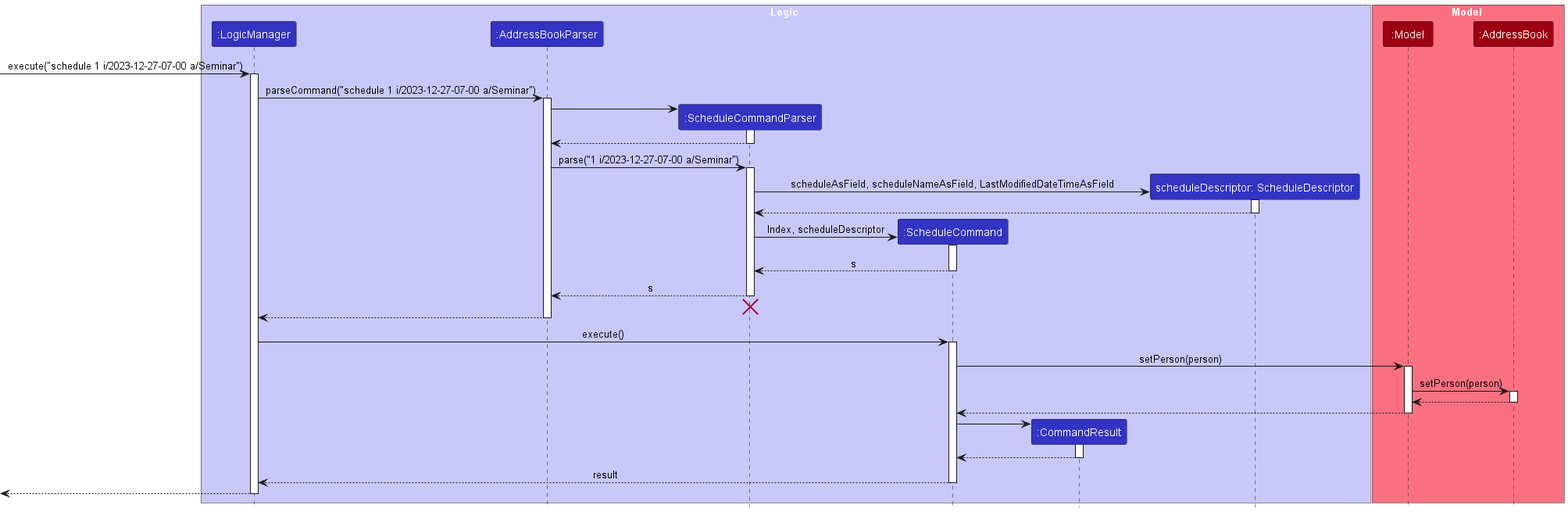
Earlier version of the PlantUML export docs/images/ScheduleSequenceDiagram.png (xavierpok/tp).
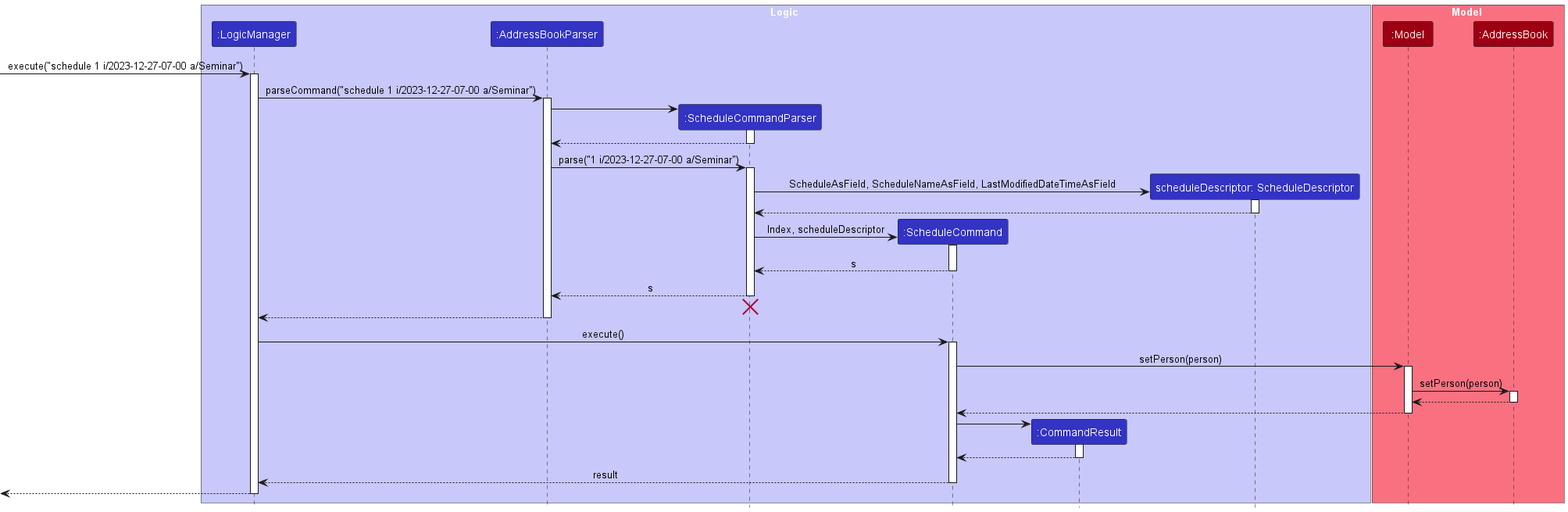
After the commit.

Commit message:
Caps field variables for scheduleDescriptor

Change to the diagram source:
```diff
@@ -37,7 +37,7 @@
 
 
 create Person
-ScheduleCommandParser -> Person : scheduleAsField, scheduleNameAsField, LastModifiedDateTimeAsField
+ScheduleCommandParser -> Person : ScheduleAsField, ScheduleNameAsField, LastModifiedDateTimeAsField
 activate Person
 Person --> ScheduleCommandParser
 deactivate Person
```
